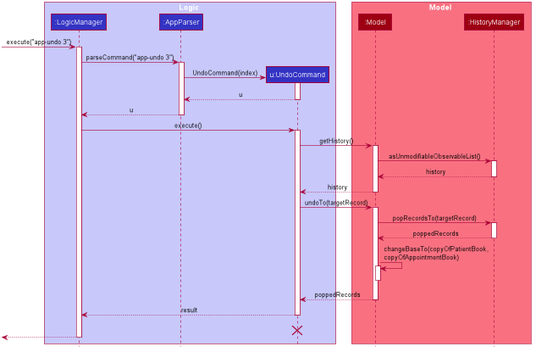
Earlier version of the PlantUML export docs/images/UndoSequenceDiagram.png (nus-cs2103-AY1920S1/addressbook-level3).
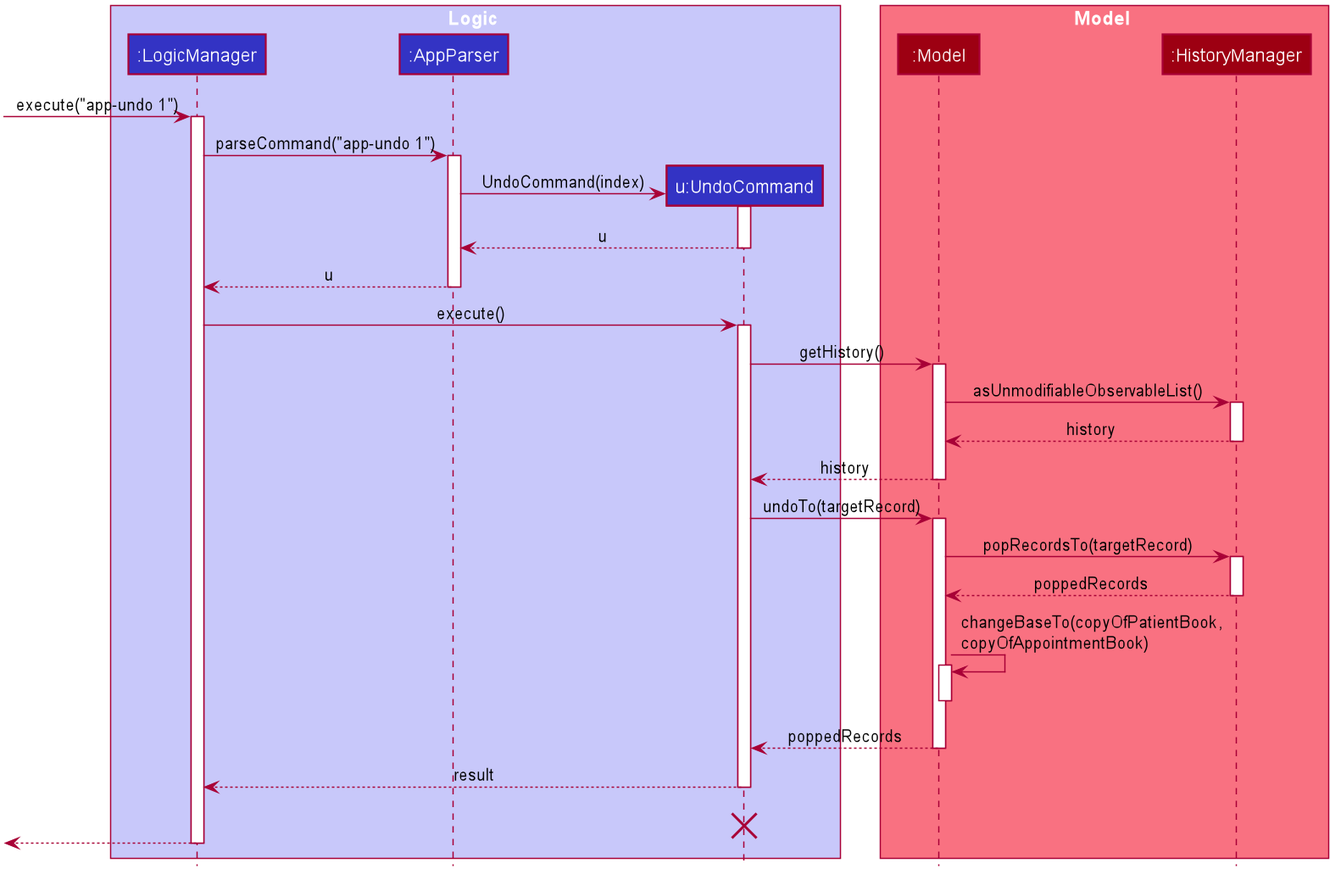
After the change.

Diff of the diagram source:
```diff
@@ -61,10 +61,10 @@
 participant ":HistoryManager" as HistoryManager #9D0012
 end box
 
-[-> LogicManager : execute("app-undo 3")
+[-> LogicManager : execute("app-undo 1")
 activate LogicManager
 
-LogicManager -> AppParser : parseCommand("app-undo 3")
+LogicManager -> AppParser : parseCommand("app-undo 1")
 activate AppParser
 
 create UndoCommand
```
